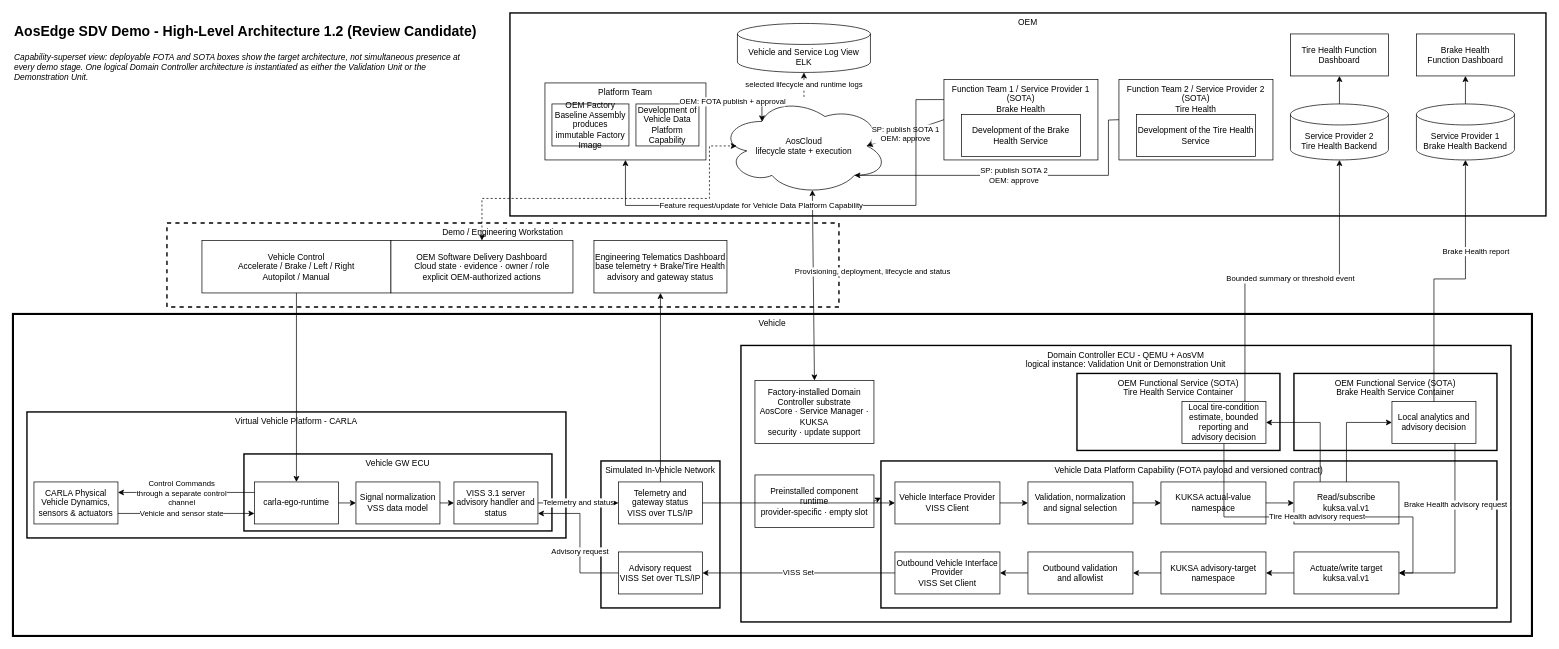
The draw.io diagram docs/architecture/diagrams/aosedge-demo-hla-authoring-reference.drawio in alexmaninblack/aosedge-sdv-demo, before the edit. Source tidied: cells renumbered, new cells numbered last; positions are measured from the earlier drawing's top-left corner, leaving out a move shared by most shapes. Both pictures are drawn from the tidied source at 70%, with x=0, y=0 at pixel (13, 13).
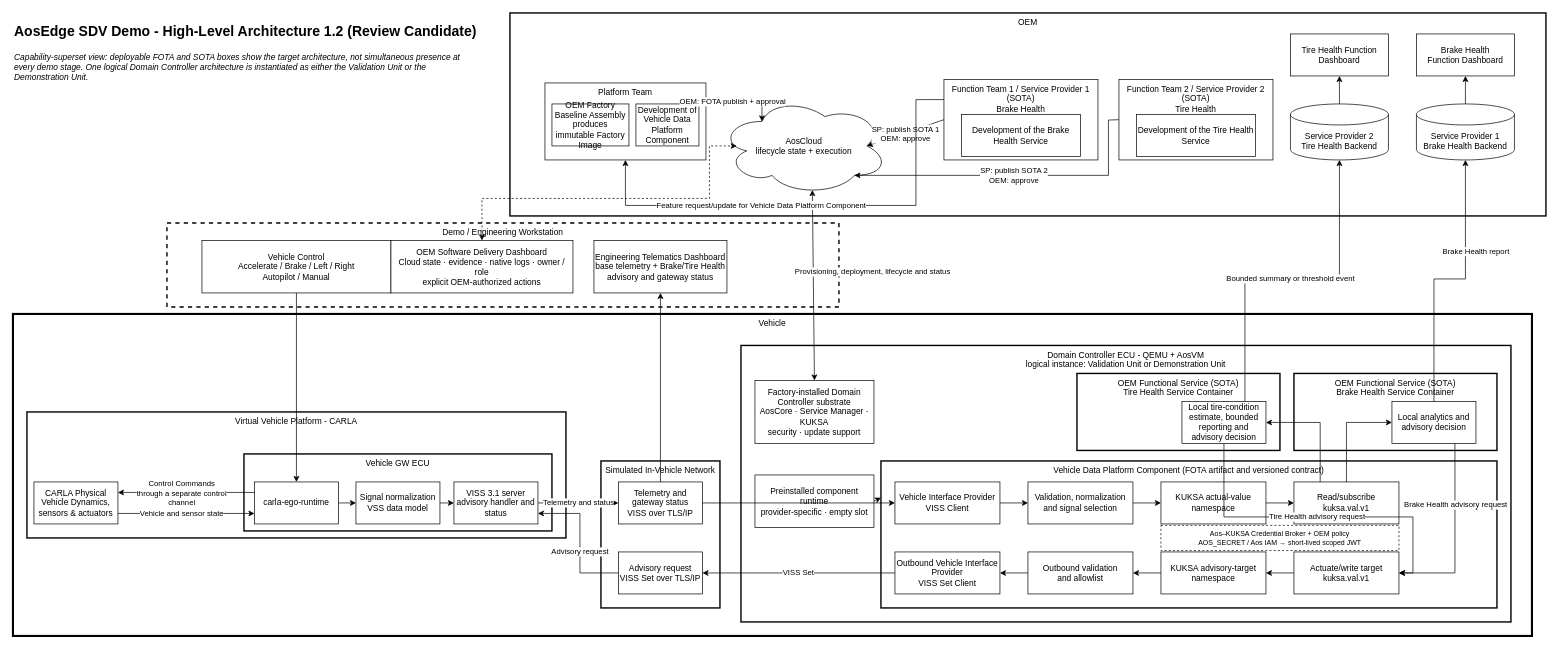
After the change.

Unchanged cells that the change refers to:
```xml
<mxCell id="41" value="AosCloud&lt;br&gt;lifecycle state + execution" style="ellipse;shape=cloud;whiteSpace=wrap;html=1;" parent="1" vertex="1">
  <mxGeometry x="1010" y="120" width="240" height="140" as="geometry" />
</mxCell>
<mxCell id="55" style="endArrow=classic;html=1;rounded=0;exitX=0;exitY=0.25;exitDx=0;exitDy=0;entryX=0.5;entryY=1;entryDx=0;entryDy=0;" parent="1" edge="1" source="66" target="44">
  <mxGeometry relative="1" as="geometry">
    <Array as="points">
      <mxPoint x="1290" y="123.8" />
      <mxPoint x="1290" y="275" />
      <mxPoint x="875" y="275" />
    </Array>
  </mxGeometry>
</mxCell>
```

Change to the diagram source:
```diff
@@
-    <mxCell id="8" value="Vehicle Data Platform Capability (FOTA payload and versioned contract)" style="rounded=0;whiteSpace=wrap;html=1;verticalAlign=top;strokeWidth=2;" parent="1" vertex="1">
+    <mxCell id="8" value="Vehicle Data Platform Component (FOTA artifact and versioned contract)" style="rounded=0;whiteSpace=wrap;html=1;verticalAlign=top;strokeWidth=2;" parent="1" vertex="1">
       <mxGeometry x="1240" y="640" width="880" height="210" as="geometry" />
     </mxCell>
@@
+    <mxCell id="87" value="Aos–KUKSA Credential Broker + OEM policy&lt;br&gt;AOS_SECRET / Aos IAM → short-lived scoped JWT" style="rounded=0;whiteSpace=wrap;html=1;fontSize=10;strokeWidth=1;dashed=1;" parent="1" vertex="1">
+      <mxGeometry x="1640" y="732" width="340" height="36" as="geometry" />
+    </mxCell>
@@
-    <mxCell id="47" value="Development of Vehicle Data Platform Capability" style="rounded=0;whiteSpace=wrap;html=1;" parent="1" vertex="1">
+    <mxCell id="47" value="Development of Vehicle Data Platform Component" style="rounded=0;whiteSpace=wrap;html=1;" parent="1" vertex="1">
       <mxGeometry x="890" y="130" width="90" height="60" as="geometry" />
     </mxCell>
@@
-    <mxCell id="56" value="Feature request/update for Vehicle Data Platform Capability" style="edgeLabel;html=1;align=center;verticalAlign=middle;" parent="55" vertex="1">
+    <mxCell id="56" value="Feature request/update for Vehicle Data Platform Component" style="edgeLabel;html=1;align=center;verticalAlign=middle;" parent="55" vertex="1">
       <mxGeometry x="0.23" y="-1" relative="1" as="geometry" />
     </mxCell>
@@
-    <mxCell id="59" value="OEM Software Delivery Dashboard&lt;br&gt;Cloud state · evidence · owner / role&lt;br&gt;explicit OEM-authorized actions" style="rounded=0;whiteSpace=wrap;html=1;" parent="1" vertex="1">
+    <mxCell id="59" value="OEM Software Delivery Dashboard&lt;br&gt;Cloud state · evidence · native logs · owner / role&lt;br&gt;explicit OEM-authorized actions" style="rounded=0;whiteSpace=wrap;html=1;" parent="1" vertex="1">
       <mxGeometry x="540" y="325" width="260" height="75" as="geometry" />
     </mxCell>
@@
-    <mxCell id="61" value="Vehicle and Service Log View&lt;br&gt;ELK" style="shape=cylinder3;whiteSpace=wrap;html=1;boundedLbl=1;backgroundOutline=1;size=15;" parent="1" vertex="1">
-      <mxGeometry x="1035" y="15" width="190" height="70" as="geometry" />
-    </mxCell>
-    <mxCell id="62" value="selected lifecycle and runtime logs" style="endArrow=classic;html=1;rounded=0;dashed=1;exitX=0.5;exitY=0;exitDx=0;exitDy=0;entryX=0.5;entryY=1;entryDx=0;entryDy=0;" parent="1" edge="1" source="41" target="61">
-      <mxGeometry relative="1" as="geometry" />
-    </mxCell>
```
